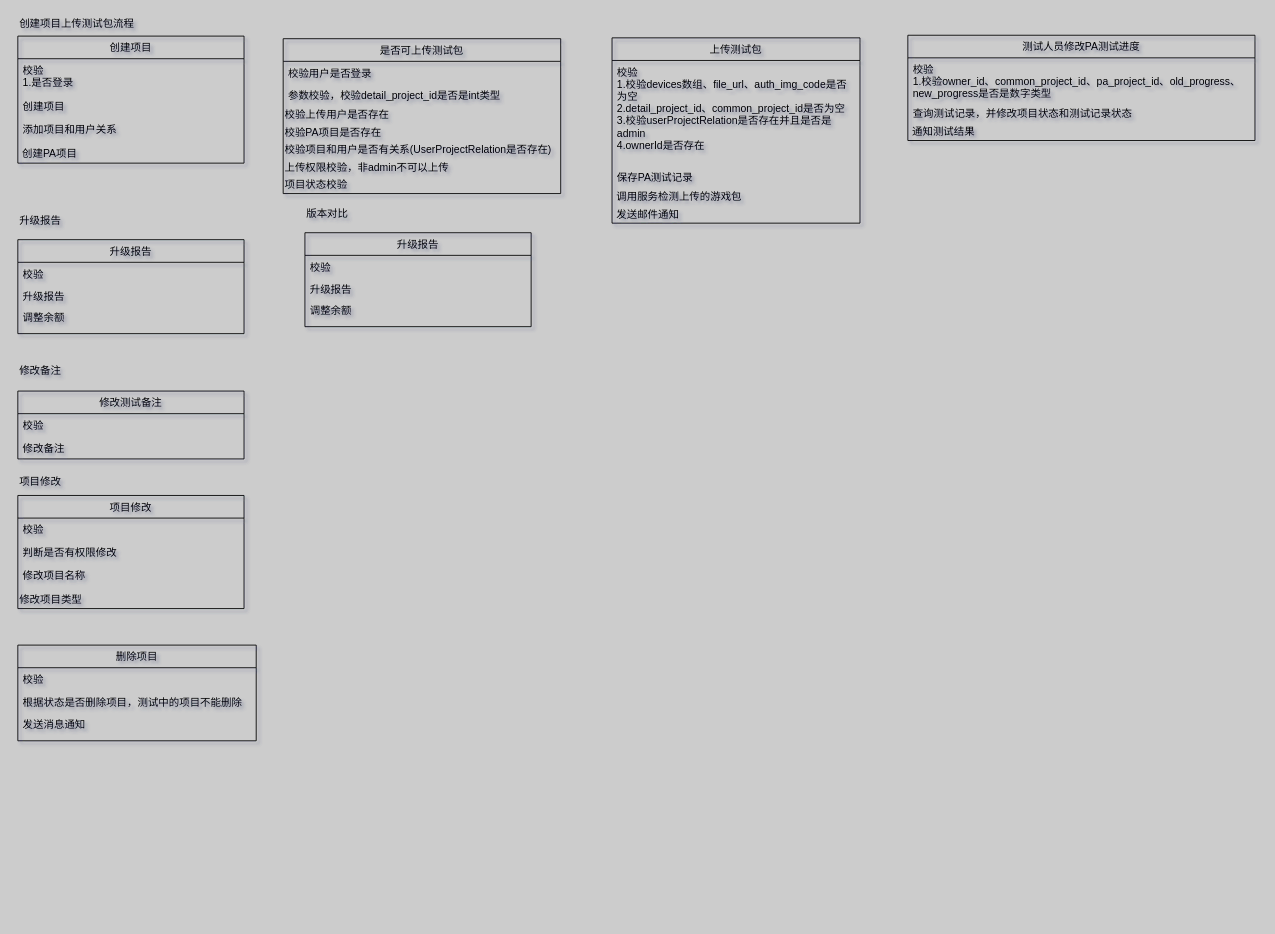
This is Untitled Diagram.drawio from concurrentWang/SpringBoot-Labs, a draw.io file, before an edit. Source tidied: cells renumbered, new cells numbered last; positions are measured from the earlier drawing's top-left corner, leaving out a move shared by most shapes. Both pictures are drawn from the tidied source at 87%, with x=0, y=0 at pixel (17, 15).
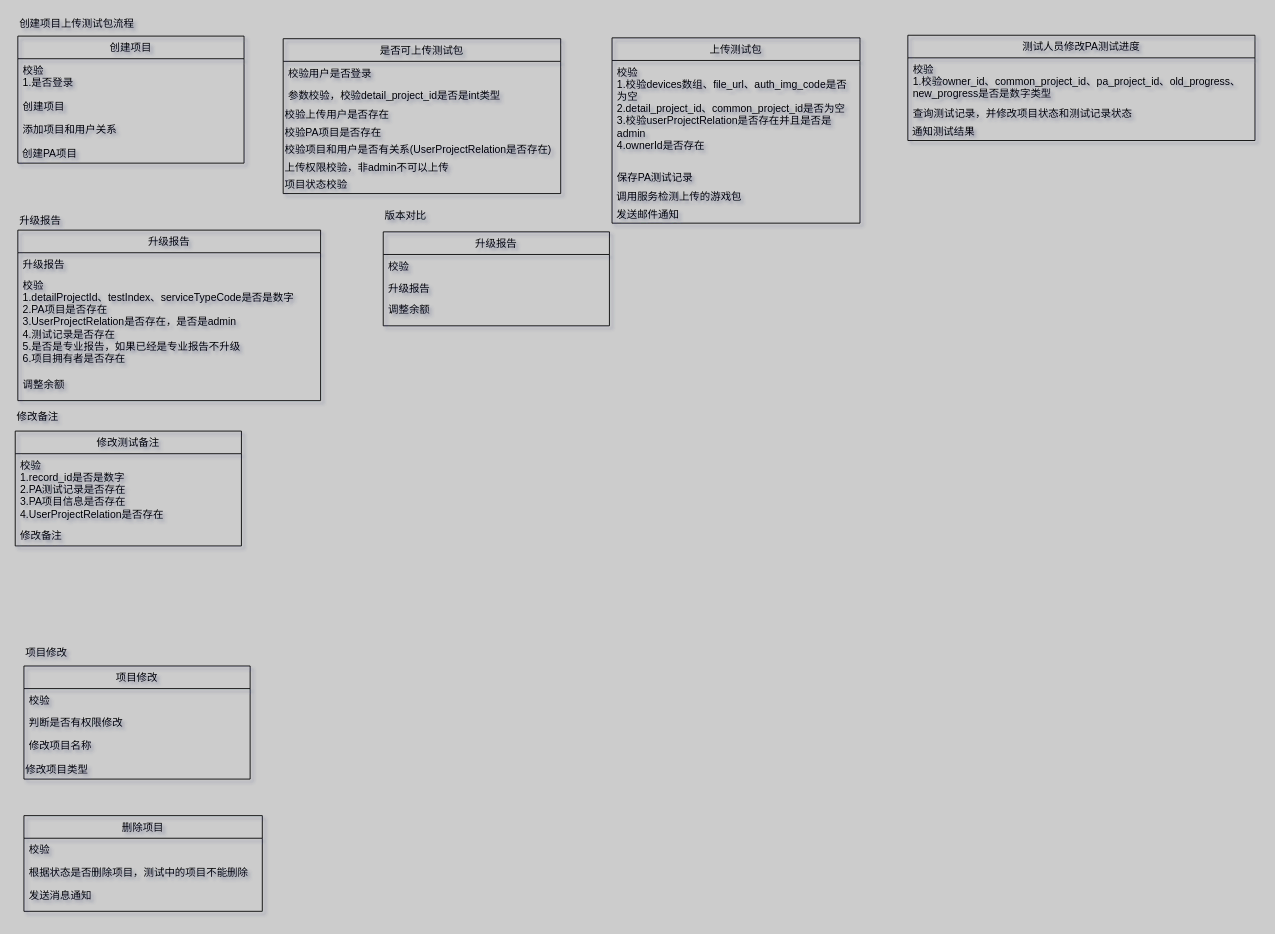
The same diagram, later.

Change to the diagram source:
```diff
@@
     <mxCell id="18" value="升级报告" style="swimlane;fontStyle=0;horizontal=1;startSize=26;fillColor=none;" parent="1" vertex="1">
-      <mxGeometry y="258" width="260" height="108" as="geometry" />
+      <mxGeometry y="247" width="348" height="196" as="geometry" />
     </mxCell>
+    <mxCell id="20" value="升级报告" style="text;strokeColor=none;fillColor=none;align=left;verticalAlign=top;spacingLeft=4;spacingRight=4;overflow=hidden;" parent="18" vertex="1">
+      <mxGeometry y="26" width="348" height="24" as="geometry" />
+    </mxCell>
-    <mxCell id="19" value="校验" style="text;strokeColor=none;fillColor=none;align=left;verticalAlign=top;spacingLeft=4;spacingRight=4;overflow=hidden;" parent="18" vertex="1">
-      <mxGeometry y="26" width="260" height="26" as="geometry" />
+    <mxCell id="19" value="校验&#10;1.detailProjectId、testIndex、serviceTypeCode是否是数字&#10;2.PA项目是否存在&#10;3.UserProjectRelation是否存在，是否是admin&#10;4.测试记录是否存在&#10;5.是否是专业报告，如果已经是专业报告不升级&#10;6.项目拥有者是否存在" style="text;strokeColor=none;fillColor=none;align=left;verticalAlign=top;spacingLeft=4;spacingRight=4;overflow=hidden;" parent="18" vertex="1">
+      <mxGeometry y="50" width="348" height="114" as="geometry" />
     </mxCell>
-    <mxCell id="20" value="升级报告" style="text;strokeColor=none;fillColor=none;align=left;verticalAlign=top;spacingLeft=4;spacingRight=4;overflow=hidden;" parent="18" vertex="1">
-      <mxGeometry y="52" width="260" height="24" as="geometry" />
-    </mxCell>
     <mxCell id="21" value="调整余额" style="text;strokeColor=none;fillColor=none;align=left;verticalAlign=top;spacingLeft=4;spacingRight=4;overflow=hidden;" parent="18" vertex="1">
-      <mxGeometry y="76" width="260" height="32" as="geometry" />
+      <mxGeometry y="164" width="348" height="32" as="geometry" />
     </mxCell>
     <mxCell id="22" value="修改备注" style="text;html=1;strokeColor=none;fillColor=none;align=left;verticalAlign=middle;whiteSpace=wrap;rounded=0;" parent="1" vertex="1">
-      <mxGeometry y="401" width="96" height="16" as="geometry" />
+      <mxGeometry x="-3" y="454" width="96" height="16" as="geometry" />
     </mxCell>
     <mxCell id="23" value="修改测试备注" style="swimlane;fontStyle=0;horizontal=1;startSize=26;fillColor=none;" parent="1" vertex="1">
-      <mxGeometry y="432" width="260" height="78" as="geometry" />
+      <mxGeometry x="-3" y="478" width="260" height="132" as="geometry" />
     </mxCell>
-    <mxCell id="24" value="校验" style="text;strokeColor=none;fillColor=none;align=left;verticalAlign=top;spacingLeft=4;spacingRight=4;overflow=hidden;" parent="23" vertex="1">
-      <mxGeometry y="26" width="260" height="26" as="geometry" />
+    <mxCell id="24" value="校验&#10;1.record_id是否是数字&#10;2.PA测试记录是否存在&#10;3.PA项目信息是否存在&#10;4.UserProjectRelation是否存在" style="text;strokeColor=none;fillColor=none;align=left;verticalAlign=top;spacingLeft=4;spacingRight=4;overflow=hidden;" parent="23" vertex="1">
+      <mxGeometry y="26" width="260" height="80" as="geometry" />
     </mxCell>
     <mxCell id="25" value="修改备注" style="text;strokeColor=none;fillColor=none;align=left;verticalAlign=top;spacingLeft=4;spacingRight=4;overflow=hidden;" parent="23" vertex="1">
-      <mxGeometry y="52" width="260" height="26" as="geometry" />
+      <mxGeometry y="106" width="260" height="26" as="geometry" />
     </mxCell>
@@
     <mxCell id="34" value="项目修改" style="swimlane;fontStyle=0;horizontal=1;startSize=26;fillColor=none;" parent="1" vertex="1">
-      <mxGeometry y="552" width="260" height="130" as="geometry" />
+      <mxGeometry x="7" y="748" width="260" height="130" as="geometry" />
     </mxCell>
@@
     <mxCell id="39" value="项目修改" style="text;html=1;strokeColor=none;fillColor=none;align=left;verticalAlign=middle;whiteSpace=wrap;rounded=0;" parent="1" vertex="1">
-      <mxGeometry y="524" width="106" height="25" as="geometry" />
+      <mxGeometry x="7" y="720" width="106" height="25" as="geometry" />
     </mxCell>
     <mxCell id="40" value="删除项目" style="swimlane;fontStyle=0;horizontal=1;startSize=26;fillColor=none;" parent="1" vertex="1">
-      <mxGeometry y="724" width="274" height="110" as="geometry" />
+      <mxGeometry x="7" y="920" width="274" height="110" as="geometry" />
     </mxCell>
@@
     <mxCell id="44" value="版本对比" style="text;html=1;strokeColor=none;fillColor=none;align=left;verticalAlign=middle;whiteSpace=wrap;rounded=0;" parent="1" vertex="1">
-      <mxGeometry x="330" y="218" width="93" height="20" as="geometry" />
+      <mxGeometry x="420" y="221" width="93" height="20" as="geometry" />
     </mxCell>
     <mxCell id="45" value="升级报告" style="swimlane;fontStyle=0;horizontal=1;startSize=26;fillColor=none;" parent="1" vertex="1">
-      <mxGeometry x="330" y="250" width="260" height="108" as="geometry" />
+      <mxGeometry x="420" y="249" width="260" height="108" as="geometry" />
     </mxCell>
```
